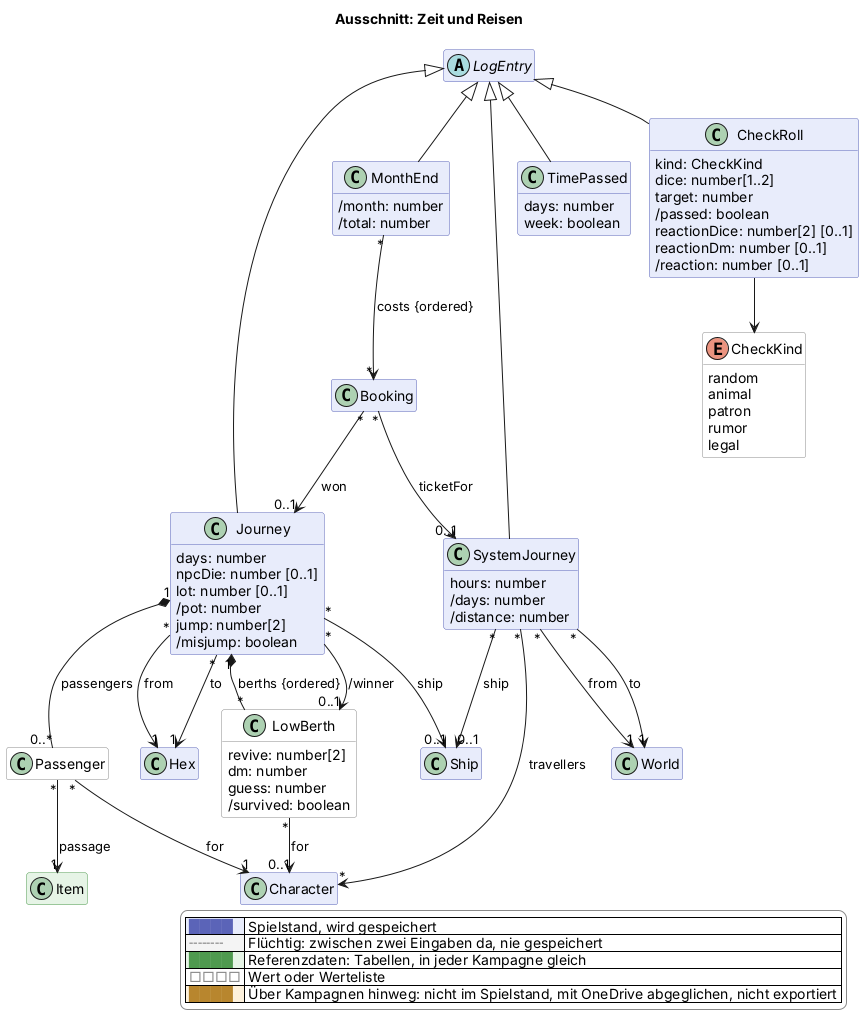
Above: docs/views/reise.png in scuzzar/SRE (PlantUML), before the change.
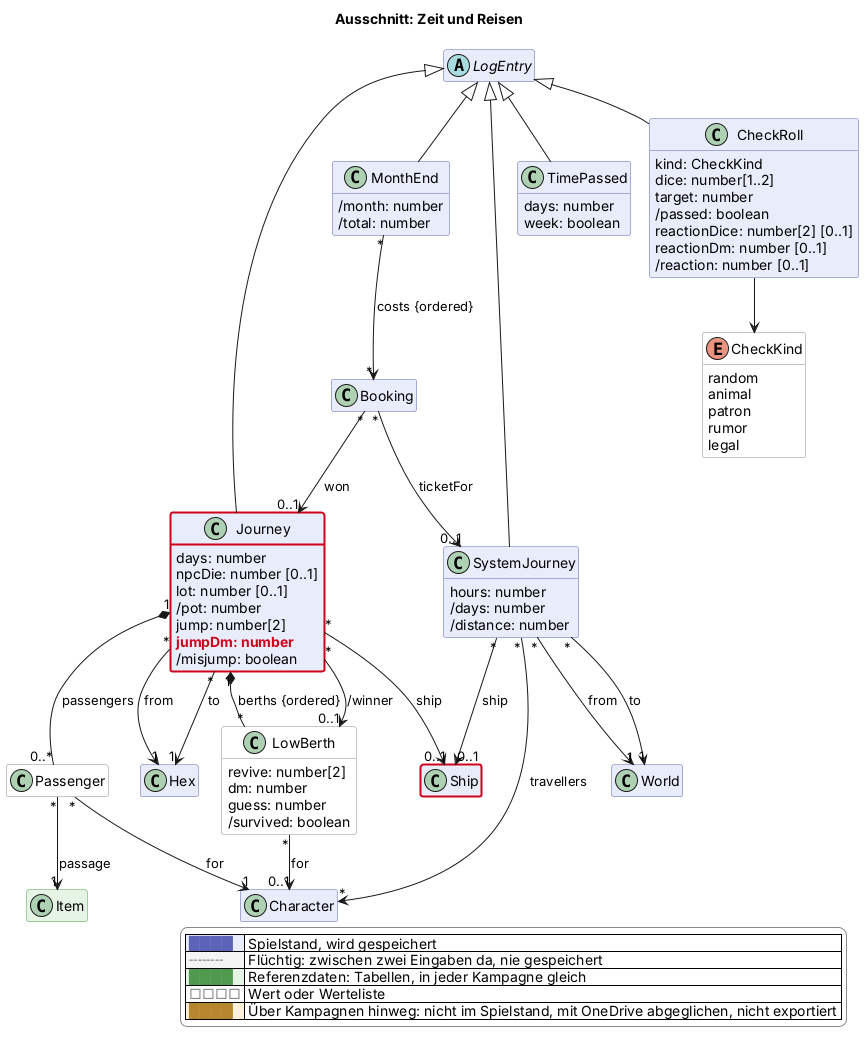
Later version of the same file.

Change to the diagram source:
```diff
@@ -112,6 +112,7 @@
     lot: number [0..1]
     /pot: number
     jump: number[2]
+    $new("2026-11-21b", "jumpDm: number")
     /misjump: boolean
   }
   class Passenger <<value>> $reise {
@@ -175,4 +176,6 @@
   |<#ffffff> <color:#8a8a8a>□□□□</color> | Wert oder Werteliste |
   |<#fdf1dc> <color:#b8862e>████</color> | Über Kampagnen hinweg: nicht im Spielstand, mit OneDrive abgeglichen, nicht exportiert |
 endlegend
+class Ship #line:d0021b;line.bold
+class Journey #line:d0021b;line.bold
 @enduml
```
